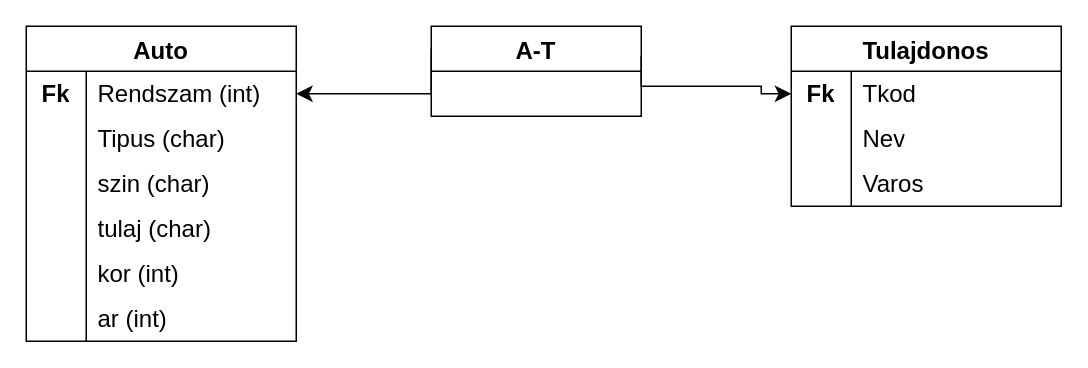
Before: EYZWG9_0402/eyzwg9_1b.drawio in oroszkristof/EYZWG9_DB1, a draw.io diagram. Source tidied: cells renumbered, new cells numbered last; positions are measured from the earlier drawing's top-left corner, leaving out a move shared by most shapes. Both pictures are drawn from the tidied source at 150%, with x=0, y=0 at pixel (26, 26).
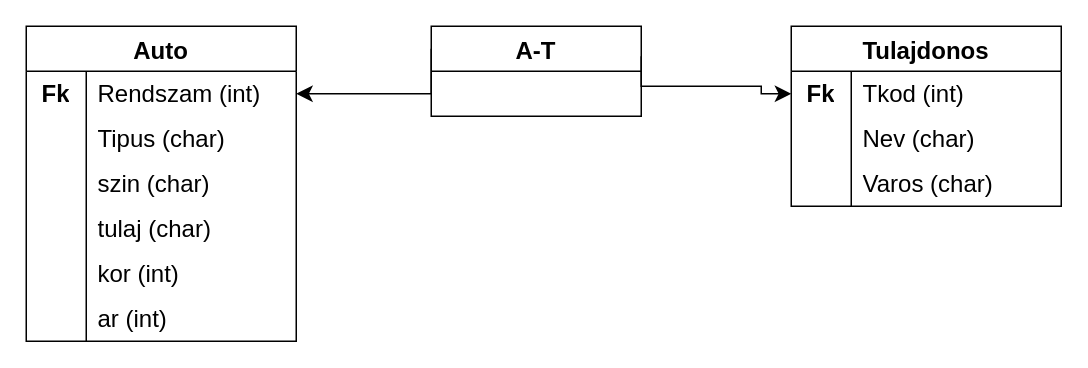
Above is the later version.

Unchanged cells that the change refers to:
```xml
<mxCell id="3" style="shape=tableRow;horizontal=0;startSize=0;swimlaneHead=0;swimlaneBody=0;top=0;left=0;bottom=0;right=0;fillColor=none;points=[[0,0.5],[1,0.5]];portConstraint=eastwest;strokeColor=inherit;fontSize=16;" parent="2" vertex="1">
  <mxGeometry y="30" width="180" height="30" as="geometry" />
</mxCell>
<mxCell id="6" style="shape=tableRow;horizontal=0;startSize=0;swimlaneHead=0;swimlaneBody=0;top=0;left=0;bottom=0;right=0;fillColor=none;strokeColor=inherit;fontSize=16;" parent="2" vertex="1">
  <mxGeometry y="60" width="180" height="30" as="geometry" />
</mxCell>
<mxCell id="9" style="shape=tableRow;horizontal=0;startSize=0;swimlaneHead=0;swimlaneBody=0;top=0;left=0;bottom=0;right=0;fillColor=none;strokeColor=inherit;fontSize=16;" parent="2" vertex="1">
  <mxGeometry y="90" width="180" height="30" as="geometry" />
</mxCell>
```

The edit, as a diff of the source:
```diff
@@
-    <mxCell id="5" value="Tkod" style="shape=partialRectangle;html=1;whiteSpace=wrap;fillColor=none;top=0;left=0;bottom=0;right=0;align=left;spacingLeft=6;overflow=hidden;strokeColor=inherit;fontSize=16;" parent="3" vertex="1">
+    <mxCell id="5" value="Tkod (int)" style="shape=partialRectangle;html=1;whiteSpace=wrap;fillColor=none;top=0;left=0;bottom=0;right=0;align=left;spacingLeft=6;overflow=hidden;strokeColor=inherit;fontSize=16;" parent="3" vertex="1">
       <mxGeometry x="40" width="140" height="30" as="geometry" />
     </mxCell>
@@
-    <mxCell id="8" value="Nev" style="shape=partialRectangle;html=1;whiteSpace=wrap;fillColor=none;top=0;left=0;bottom=0;right=0;align=left;spacingLeft=6;overflow=hidden;strokeColor=inherit;fontSize=16;" parent="6" vertex="1">
+    <mxCell id="8" value="Nev (char)" style="shape=partialRectangle;html=1;whiteSpace=wrap;fillColor=none;top=0;left=0;bottom=0;right=0;align=left;spacingLeft=6;overflow=hidden;strokeColor=inherit;fontSize=16;" parent="6" vertex="1">
       <mxGeometry x="40" width="140" height="30" as="geometry" />
     </mxCell>
@@
-    <mxCell id="11" value="Varos" style="shape=partialRectangle;html=1;whiteSpace=wrap;fillColor=none;top=0;left=0;bottom=0;right=0;align=left;spacingLeft=6;overflow=hidden;strokeColor=inherit;fontSize=16;" parent="9" vertex="1">
+    <mxCell id="11" value="Varos (char)" style="shape=partialRectangle;html=1;whiteSpace=wrap;fillColor=none;top=0;left=0;bottom=0;right=0;align=left;spacingLeft=6;overflow=hidden;strokeColor=inherit;fontSize=16;" parent="9" vertex="1">
       <mxGeometry x="40" width="140" height="30" as="geometry" />
     </mxCell>
```
